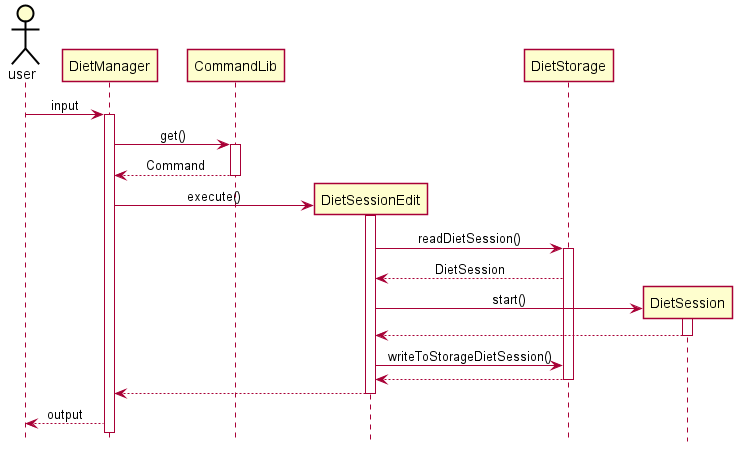
Above: docs/pictures/Zeon/DietSessionEdit.png in zsk612/tp (PlantUML), before the change.
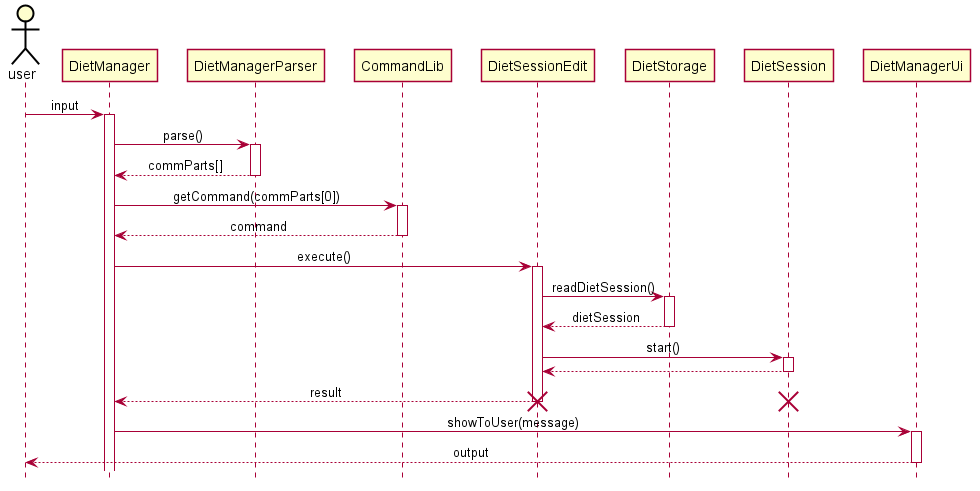
The same diagram one commit later.

The edit, as a diff of the source:
```diff
@@ -43,28 +43,33 @@
 actor user
 user -> DietManager : input
 activate DietManager
-
-DietManager -> CommandLib : get()
+DietManager -> DietManagerParser : parse()
+activate DietManagerParser
+DietManagerParser --> DietManager : commParts[]
+deactivate DietManagerParser
+DietManager -> CommandLib : getCommand(commParts[0])
 activate CommandLib
-CommandLib --> DietManager : Command
+CommandLib --> DietManager : command
 deactivate CommandLib
 
-DietManager -> DietSessionEdit ** : execute()
+DietManager -> DietSessionEdit : execute()
 activate DietSessionEdit
 
 DietSessionEdit -> DietStorage : readDietSession()
 activate DietStorage
-DietStorage --> DietSessionEdit : DietSession
+DietStorage --> DietSessionEdit : dietSession
+deactivate DietStorage
 
-DietSessionEdit -> DietSession ** : start()
+DietSessionEdit -> DietSession : start()
 activate DietSession
 DietSession --> DietSessionEdit
 deactivate DietSession
-DietSessionEdit -> DietStorage : writeToStorageDietSession()
-DietStorage --> DietSessionEdit
-deactivate DietStorage
-DietSessionEdit --> DietManager
+DietSessionEdit --> DietManager : result
+destroy DietSession
 deactivate DietSessionEdit
-
-DietManager --> user : output
+destroy DietSessionEdit
+DietManager -> DietManagerUi : showToUser(message)
+activate DietManagerUi
+DietManagerUi --> user : output
+deactivate DietManagerUi
 @enduml
```
